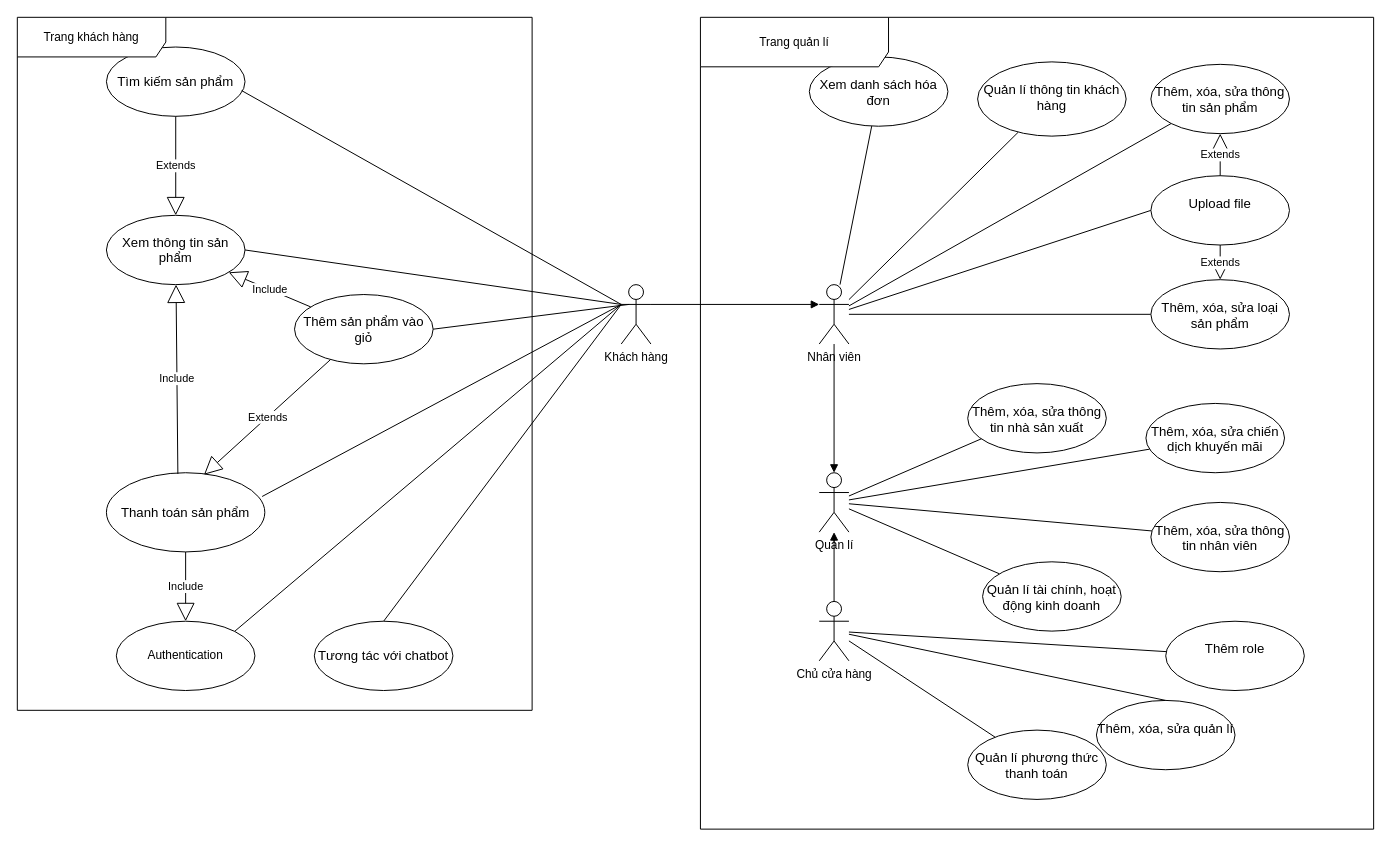
This is usercase.drawio from TruongGiaThach/CheemsStorex, a draw.io file, before an edit. Source tidied: cells renumbered, new cells numbered last; positions are measured from the earlier drawing's top-left corner, leaving out a move shared by most shapes. Both pictures are drawn from the tidied source at 99%, with x=0, y=0 at pixel (17, 17).
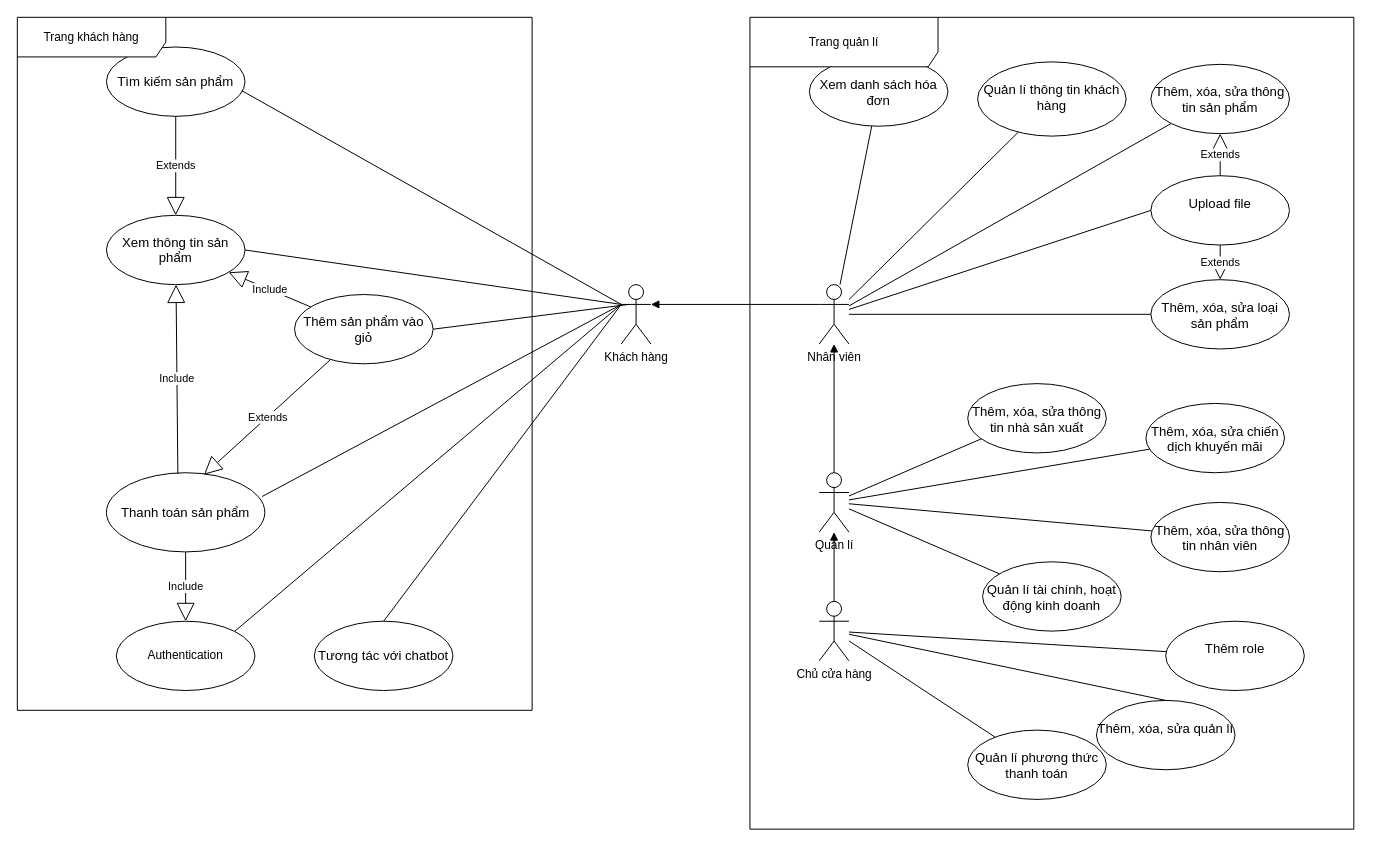
The same page after the edit.

Unchanged cells that the change refers to:
```xml
<mxCell id="2" value="Khách hàng" style="shape=umlActor;verticalLabelPosition=bottom;verticalAlign=top;html=1;" parent="1" vertex="1">
  <mxGeometry x="610" y="270" width="30" height="60" as="geometry" />
</mxCell>
<mxCell id="29" value="Nhân viên&lt;br&gt;" style="shape=umlActor;verticalLabelPosition=bottom;verticalAlign=top;html=1;" parent="1" vertex="1">
  <mxGeometry x="810" y="270" width="30" height="60" as="geometry" />
</mxCell>
<mxCell id="40" value="Quản lí" style="shape=umlActor;verticalLabelPosition=bottom;verticalAlign=top;html=1;" parent="1" vertex="1">
  <mxGeometry x="810" y="460" width="30" height="60" as="geometry" />
</mxCell>
```

Diff of the diagram source:
```diff
@@
-    <mxCell id="22" style="rounded=0;jettySize=auto;html=1;exitX=0;exitY=0.3333333333333333;exitDx=0;exitDy=0;exitPerimeter=0;entryX=1;entryY=0.3333333333333333;entryDx=0;entryDy=0;entryPerimeter=0;strokeColor=default;endArrow=none;endFill=0;startArrow=block;startFill=1;" parent="1" edge="1" source="29" target="2">
+    <mxCell id="22" style="rounded=0;jettySize=auto;html=1;exitX=0;exitY=0.3333333333333333;exitDx=0;exitDy=0;exitPerimeter=0;entryX=1;entryY=0.3333333333333333;entryDx=0;entryDy=0;entryPerimeter=0;strokeColor=default;endArrow=block;endFill=1;startArrow=none;startFill=0;" parent="1" edge="1" source="29" target="2">
       <mxGeometry relative="1" as="geometry" />
     </mxCell>
@@
-    <mxCell id="28" style="edgeStyle=none;rounded=0;jettySize=auto;html=1;entryX=0.5;entryY=0;entryDx=0;entryDy=0;entryPerimeter=0;strokeColor=default;startArrow=none;startFill=0;endArrow=block;endFill=1;" parent="1" edge="1" source="29" target="40">
+    <mxCell id="28" style="edgeStyle=none;rounded=0;jettySize=auto;html=1;entryX=0.5;entryY=0;entryDx=0;entryDy=0;entryPerimeter=0;strokeColor=default;startArrow=block;startFill=1;endArrow=none;endFill=0;" parent="1" edge="1" source="29" target="40">
       <mxGeometry relative="1" as="geometry" />
     </mxCell>
@@
     <mxCell id="53" value="Trang quản lí" style="shape=umlFrame;whiteSpace=wrap;html=1;fillColor=default;gradientColor=none;width=190;height=50;" parent="1" vertex="1">
-      <mxGeometry x="690" width="680" height="820" as="geometry" />
+      <mxGeometry x="740" width="610" height="820" as="geometry" />
     </mxCell>
```
